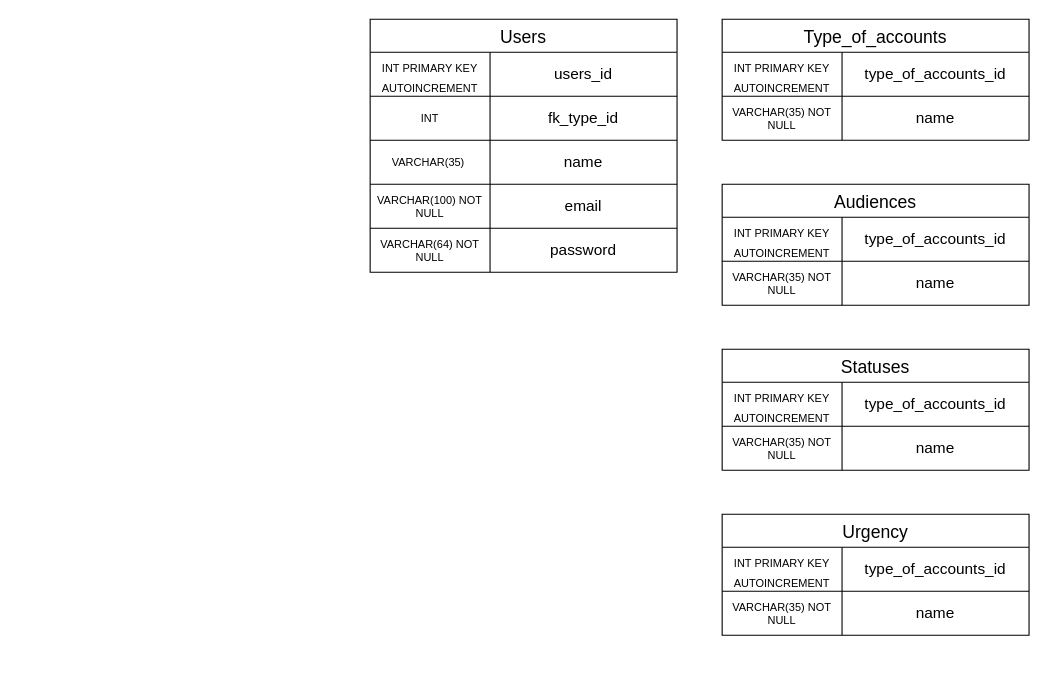
Before: db.drawio in Probe1st/sielom-reporter, a draw.io diagram. Source tidied: cells renumbered, new cells numbered last; positions are measured from the earlier drawing's top-left corner, leaving out a move shared by most shapes. Both pictures are drawn from the tidied source at 110%, with x=0, y=0 at pixel (370, 19).
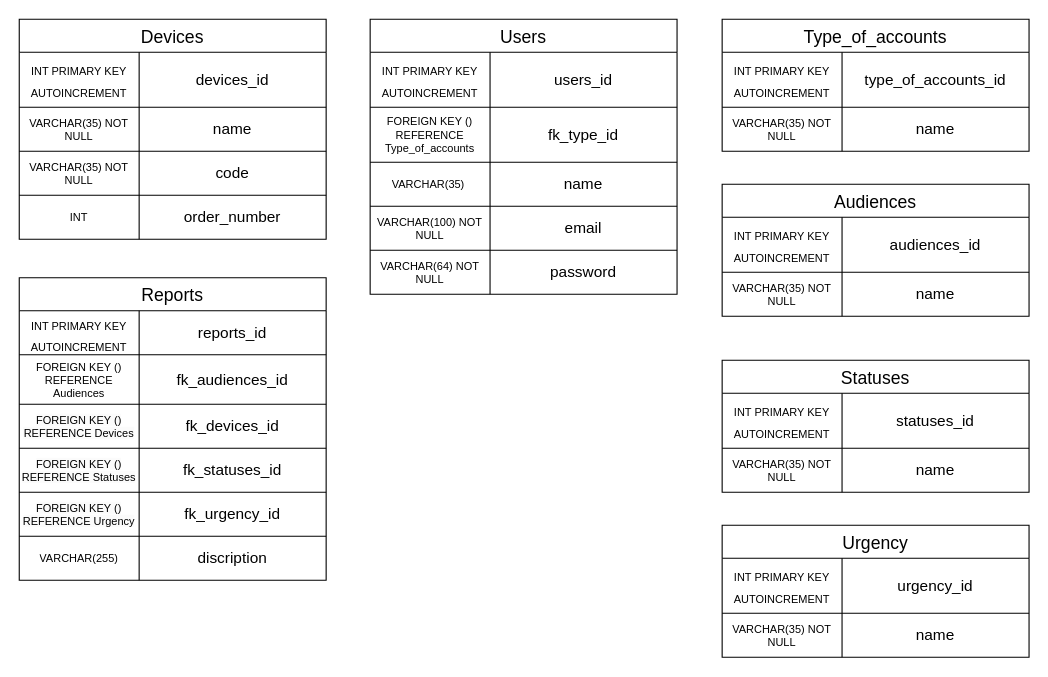
Above is the later version.

What changed in the source:
```diff
@@
     <mxCell id="2" value="Users" style="shape=table;startSize=30;childLayout=tableLayout;strokeColor=default;fontSize=16;" parent="1" vertex="1">
-      <mxGeometry width="279" height="230" as="geometry" />
+      <mxGeometry width="279" height="250" as="geometry" />
     </mxCell>
     <mxCell id="3" style="shape=tableRow;horizontal=0;startSize=0;swimlaneHead=0;swimlaneBody=0;strokeColor=inherit;top=0;left=0;bottom=0;right=0;fillColor=none;fontSize=16;" parent="2" vertex="1">
-      <mxGeometry y="30" width="279" height="40" as="geometry" />
+      <mxGeometry y="30" width="279" height="50" as="geometry" />
     </mxCell>
     <mxCell id="4" value="&lt;font style=&quot;font-size: 10px;&quot;&gt;INT PRIMARY KEY AUTOINCREMENT&lt;/font&gt;" style="shape=partialRectangle;html=1;whiteSpace=wrap;strokeColor=inherit;overflow=hidden;fillColor=none;top=0;left=0;bottom=0;right=0;fontSize=16;verticalAlign=middle;" parent="3" vertex="1">
-      <mxGeometry width="109" height="40" as="geometry" />
+      <mxGeometry width="109" height="50" as="geometry" />
     </mxCell>
     <mxCell id="5" value="&lt;font style=&quot;font-size: 14px;&quot;&gt;users_id&lt;/font&gt;" style="shape=partialRectangle;html=1;whiteSpace=wrap;strokeColor=inherit;overflow=hidden;fillColor=none;top=0;left=0;bottom=0;right=0;fontSize=14;" parent="3" vertex="1">
-      <mxGeometry x="109" width="170" height="40" as="geometry" />
+      <mxGeometry x="109" width="170" height="50" as="geometry" />
     </mxCell>
     <mxCell id="6" style="shape=tableRow;horizontal=0;startSize=0;swimlaneHead=0;swimlaneBody=0;strokeColor=inherit;top=0;left=0;bottom=0;right=0;fillColor=none;fontSize=16;" parent="2" vertex="1">
-      <mxGeometry y="70" width="279" height="40" as="geometry" />
+      <mxGeometry y="80" width="279" height="50" as="geometry" />
     </mxCell>
-    <mxCell id="7" value="INT" style="shape=partialRectangle;html=1;whiteSpace=wrap;strokeColor=inherit;overflow=hidden;fillColor=none;top=0;left=0;bottom=0;right=0;fontSize=10;align=center;verticalAlign=middle;fontFamily=Helvetica;fontColor=default;" parent="6" vertex="1">
-      <mxGeometry width="109" height="40" as="geometry" />
+    <mxCell id="7" value="FOREIGN KEY () REFERENCE Type_of_accounts" style="shape=partialRectangle;html=1;whiteSpace=wrap;strokeColor=inherit;overflow=hidden;fillColor=none;top=0;left=0;bottom=0;right=0;fontSize=10;align=center;verticalAlign=middle;fontFamily=Helvetica;fontColor=default;" parent="6" vertex="1">
+      <mxGeometry width="109" height="50" as="geometry" />
     </mxCell>
     <mxCell id="8" value="fk_type_id" style="shape=partialRectangle;html=1;whiteSpace=wrap;strokeColor=inherit;overflow=hidden;fillColor=none;top=0;left=0;bottom=0;right=0;fontSize=14;" parent="6" vertex="1">
-      <mxGeometry x="109" width="170" height="40" as="geometry" />
+      <mxGeometry x="109" width="170" height="50" as="geometry" />
     </mxCell>
     <mxCell id="9" style="shape=tableRow;horizontal=0;startSize=0;swimlaneHead=0;swimlaneBody=0;strokeColor=inherit;top=0;left=0;bottom=0;right=0;fillColor=none;fontSize=10;" parent="2" vertex="1">
-      <mxGeometry y="110" width="279" height="40" as="geometry" />
+      <mxGeometry y="130" width="279" height="40" as="geometry" />
     </mxCell>
@@
     <mxCell id="12" style="shape=tableRow;horizontal=0;startSize=0;swimlaneHead=0;swimlaneBody=0;strokeColor=inherit;top=0;left=0;bottom=0;right=0;fillColor=none;fontSize=16;" parent="2" vertex="1">
-      <mxGeometry y="150" width="279" height="40" as="geometry" />
+      <mxGeometry y="170" width="279" height="40" as="geometry" />
     </mxCell>
@@
     <mxCell id="15" style="shape=tableRow;horizontal=0;startSize=0;swimlaneHead=0;swimlaneBody=0;strokeColor=inherit;top=0;left=0;bottom=0;right=0;fillColor=none;fontSize=16;" parent="2" vertex="1">
-      <mxGeometry y="190" width="279" height="40" as="geometry" />
+      <mxGeometry y="210" width="279" height="40" as="geometry" />
     </mxCell>
@@
     <mxCell id="18" value="Type_of_accounts" style="shape=table;startSize=30;childLayout=tableLayout;strokeColor=default;fontSize=16;" parent="1" vertex="1">
-      <mxGeometry x="320" width="279" height="110" as="geometry" />
+      <mxGeometry x="320" width="279" height="120" as="geometry" />
     </mxCell>
     <mxCell id="19" style="shape=tableRow;horizontal=0;startSize=0;swimlaneHead=0;swimlaneBody=0;strokeColor=inherit;top=0;left=0;bottom=0;right=0;fillColor=none;fontSize=16;" parent="18" vertex="1">
-      <mxGeometry y="30" width="279" height="40" as="geometry" />
+      <mxGeometry y="30" width="279" height="50" as="geometry" />
     </mxCell>
     <mxCell id="20" value="&lt;font style=&quot;font-size: 10px;&quot;&gt;INT PRIMARY KEY AUTOINCREMENT&lt;/font&gt;" style="shape=partialRectangle;html=1;whiteSpace=wrap;strokeColor=inherit;overflow=hidden;fillColor=none;top=0;left=0;bottom=0;right=0;fontSize=16;verticalAlign=middle;" parent="19" vertex="1">
-      <mxGeometry width="109" height="40" as="geometry" />
+      <mxGeometry width="109" height="50" as="geometry" />
     </mxCell>
     <mxCell id="21" value="&lt;font style=&quot;font-size: 14px;&quot;&gt;type_of_accounts_id&lt;/font&gt;" style="shape=partialRectangle;html=1;whiteSpace=wrap;strokeColor=inherit;overflow=hidden;fillColor=none;top=0;left=0;bottom=0;right=0;fontSize=14;" parent="19" vertex="1">
-      <mxGeometry x="109" width="170" height="40" as="geometry" />
+      <mxGeometry x="109" width="170" height="50" as="geometry" />
     </mxCell>
     <mxCell id="22" style="shape=tableRow;horizontal=0;startSize=0;swimlaneHead=0;swimlaneBody=0;strokeColor=inherit;top=0;left=0;bottom=0;right=0;fillColor=none;fontSize=16;" parent="18" vertex="1">
-      <mxGeometry y="70" width="279" height="40" as="geometry" />
+      <mxGeometry y="80" width="279" height="40" as="geometry" />
     </mxCell>
@@
     <mxCell id="25" value="Audiences" style="shape=table;startSize=30;childLayout=tableLayout;strokeColor=default;fontSize=16;" parent="1" vertex="1">
-      <mxGeometry x="320" y="150" width="279" height="110" as="geometry" />
+      <mxGeometry x="320" y="150" width="279" height="120" as="geometry" />
     </mxCell>
     <mxCell id="26" style="shape=tableRow;horizontal=0;startSize=0;swimlaneHead=0;swimlaneBody=0;strokeColor=inherit;top=0;left=0;bottom=0;right=0;fillColor=none;fontSize=16;" parent="25" vertex="1">
-      <mxGeometry y="30" width="279" height="40" as="geometry" />
+      <mxGeometry y="30" width="279" height="50" as="geometry" />
     </mxCell>
     <mxCell id="27" value="&lt;font style=&quot;font-size: 10px;&quot;&gt;INT PRIMARY KEY AUTOINCREMENT&lt;/font&gt;" style="shape=partialRectangle;html=1;whiteSpace=wrap;strokeColor=inherit;overflow=hidden;fillColor=none;top=0;left=0;bottom=0;right=0;fontSize=16;verticalAlign=middle;" parent="26" vertex="1">
-      <mxGeometry width="109" height="40" as="geometry" />
+      <mxGeometry width="109" height="50" as="geometry" />
     </mxCell>
-    <mxCell id="28" value="&lt;font style=&quot;font-size: 14px;&quot;&gt;type_of_accounts_id&lt;/font&gt;" style="shape=partialRectangle;html=1;whiteSpace=wrap;strokeColor=inherit;overflow=hidden;fillColor=none;top=0;left=0;bottom=0;right=0;fontSize=14;" parent="26" vertex="1">
-      <mxGeometry x="109" width="170" height="40" as="geometry" />
+    <mxCell id="28" value="&lt;font style=&quot;font-size: 14px;&quot;&gt;audiences_id&lt;/font&gt;" style="shape=partialRectangle;html=1;whiteSpace=wrap;strokeColor=inherit;overflow=hidden;fillColor=none;top=0;left=0;bottom=0;right=0;fontSize=14;" parent="26" vertex="1">
+      <mxGeometry x="109" width="170" height="50" as="geometry" />
     </mxCell>
     <mxCell id="29" style="shape=tableRow;horizontal=0;startSize=0;swimlaneHead=0;swimlaneBody=0;strokeColor=inherit;top=0;left=0;bottom=0;right=0;fillColor=none;fontSize=16;" parent="25" vertex="1">
-      <mxGeometry y="70" width="279" height="40" as="geometry" />
+      <mxGeometry y="80" width="279" height="40" as="geometry" />
     </mxCell>
@@
     <mxCell id="32" value="Statuses" style="shape=table;startSize=30;childLayout=tableLayout;strokeColor=default;fontSize=16;" parent="1" vertex="1">
-      <mxGeometry x="320" y="300" width="279" height="110" as="geometry" />
+      <mxGeometry x="320" y="310" width="279" height="120" as="geometry" />
     </mxCell>
     <mxCell id="33" style="shape=tableRow;horizontal=0;startSize=0;swimlaneHead=0;swimlaneBody=0;strokeColor=inherit;top=0;left=0;bottom=0;right=0;fillColor=none;fontSize=16;" parent="32" vertex="1">
-      <mxGeometry y="30" width="279" height="40" as="geometry" />
+      <mxGeometry y="30" width="279" height="50" as="geometry" />
     </mxCell>
     <mxCell id="34" value="&lt;font style=&quot;font-size: 10px;&quot;&gt;INT PRIMARY KEY AUTOINCREMENT&lt;/font&gt;" style="shape=partialRectangle;html=1;whiteSpace=wrap;strokeColor=inherit;overflow=hidden;fillColor=none;top=0;left=0;bottom=0;right=0;fontSize=16;verticalAlign=middle;" parent="33" vertex="1">
-      <mxGeometry width="109" height="40" as="geometry" />
+      <mxGeometry width="109" height="50" as="geometry" />
     </mxCell>
-    <mxCell id="35" value="&lt;font style=&quot;font-size: 14px;&quot;&gt;type_of_accounts_id&lt;/font&gt;" style="shape=partialRectangle;html=1;whiteSpace=wrap;strokeColor=inherit;overflow=hidden;fillColor=none;top=0;left=0;bottom=0;right=0;fontSize=14;" parent="33" vertex="1">
-      <mxGeometry x="109" width="170" height="40" as="geometry" />
+    <mxCell id="35" value="&lt;font style=&quot;font-size: 14px;&quot;&gt;statuses_id&lt;/font&gt;" style="shape=partialRectangle;html=1;whiteSpace=wrap;strokeColor=inherit;overflow=hidden;fillColor=none;top=0;left=0;bottom=0;right=0;fontSize=14;" parent="33" vertex="1">
+      <mxGeometry x="109" width="170" height="50" as="geometry" />
     </mxCell>
     <mxCell id="36" style="shape=tableRow;horizontal=0;startSize=0;swimlaneHead=0;swimlaneBody=0;strokeColor=inherit;top=0;left=0;bottom=0;right=0;fillColor=none;fontSize=16;" parent="32" vertex="1">
-      <mxGeometry y="70" width="279" height="40" as="geometry" />
+      <mxGeometry y="80" width="279" height="40" as="geometry" />
     </mxCell>
@@
     <mxCell id="39" value="Urgency" style="shape=table;startSize=30;childLayout=tableLayout;strokeColor=default;fontSize=16;" parent="1" vertex="1">
-      <mxGeometry x="320" y="450" width="279" height="110" as="geometry" />
+      <mxGeometry x="320" y="460" width="279" height="120" as="geometry" />
     </mxCell>
     <mxCell id="40" style="shape=tableRow;horizontal=0;startSize=0;swimlaneHead=0;swimlaneBody=0;strokeColor=inherit;top=0;left=0;bottom=0;right=0;fillColor=none;fontSize=16;" parent="39" vertex="1">
-      <mxGeometry y="30" width="279" height="40" as="geometry" />
+      <mxGeometry y="30" width="279" height="50" as="geometry" />
     </mxCell>
     <mxCell id="41" value="&lt;font style=&quot;font-size: 10px;&quot;&gt;INT PRIMARY KEY AUTOINCREMENT&lt;/font&gt;" style="shape=partialRectangle;html=1;whiteSpace=wrap;strokeColor=inherit;overflow=hidden;fillColor=none;top=0;left=0;bottom=0;right=0;fontSize=16;verticalAlign=middle;" parent="40" vertex="1">
-      <mxGeometry width="109" height="40" as="geometry" />
+      <mxGeometry width="109" height="50" as="geometry" />
     </mxCell>
-    <mxCell id="42" value="&lt;font style=&quot;font-size: 14px;&quot;&gt;type_of_accounts_id&lt;/font&gt;" style="shape=partialRectangle;html=1;whiteSpace=wrap;strokeColor=inherit;overflow=hidden;fillColor=none;top=0;left=0;bottom=0;right=0;fontSize=14;" parent="40" vertex="1">
-      <mxGeometry x="109" width="170" height="40" as="geometry" />
+    <mxCell id="42" value="&lt;font style=&quot;font-size: 14px;&quot;&gt;urgency_id&lt;/font&gt;" style="shape=partialRectangle;html=1;whiteSpace=wrap;strokeColor=inherit;overflow=hidden;fillColor=none;top=0;left=0;bottom=0;right=0;fontSize=14;" parent="40" vertex="1">
+      <mxGeometry x="109" width="170" height="50" as="geometry" />
     </mxCell>
     <mxCell id="43" style="shape=tableRow;horizontal=0;startSize=0;swimlaneHead=0;swimlaneBody=0;strokeColor=inherit;top=0;left=0;bottom=0;right=0;fillColor=none;fontSize=16;" parent="39" vertex="1">
-      <mxGeometry y="70" width="279" height="40" as="geometry" />
+      <mxGeometry y="80" width="279" height="40" as="geometry" />
     </mxCell>
@@
+    <mxCell id="46" value="Reports" style="shape=table;startSize=30;childLayout=tableLayout;strokeColor=default;fontSize=16;" parent="1" vertex="1">
+      <mxGeometry x="-319" y="235" width="279" height="275" as="geometry" />
+    </mxCell>
+    <mxCell id="47" style="shape=tableRow;horizontal=0;startSize=0;swimlaneHead=0;swimlaneBody=0;strokeColor=inherit;top=0;left=0;bottom=0;right=0;fillColor=none;fontSize=16;" parent="46" vertex="1">
+      <mxGeometry y="30" width="279" height="40" as="geometry" />
+    </mxCell>
+    <mxCell id="48" value="&lt;font style=&quot;font-size: 10px;&quot;&gt;INT PRIMARY KEY AUTOINCREMENT&lt;/font&gt;" style="shape=partialRectangle;html=1;whiteSpace=wrap;strokeColor=inherit;overflow=hidden;fillColor=none;top=0;left=0;bottom=0;right=0;fontSize=16;verticalAlign=middle;" parent="47" vertex="1">
+      <mxGeometry width="109" height="40" as="geometry" />
+    </mxCell>
+    <mxCell id="49" value="&lt;font style=&quot;font-size: 14px;&quot;&gt;reports_id&lt;/font&gt;" style="shape=partialRectangle;html=1;whiteSpace=wrap;strokeColor=inherit;overflow=hidden;fillColor=none;top=0;left=0;bottom=0;right=0;fontSize=14;" parent="47" vertex="1">
+      <mxGeometry x="109" width="170" height="40" as="geometry" />
+    </mxCell>
+    <mxCell id="50" style="shape=tableRow;horizontal=0;startSize=0;swimlaneHead=0;swimlaneBody=0;strokeColor=inherit;top=0;left=0;bottom=0;right=0;fillColor=none;fontSize=16;" parent="46" vertex="1">
+      <mxGeometry y="70" width="279" height="45" as="geometry" />
+    </mxCell>
+    <mxCell id="51" value="FOREIGN KEY () REFERENCE Audiences" style="shape=partialRectangle;html=1;whiteSpace=wrap;strokeColor=inherit;overflow=hidden;fillColor=none;top=0;left=0;bottom=0;right=0;fontSize=10;" parent="50" vertex="1">
+      <mxGeometry width="109" height="45" as="geometry" />
+    </mxCell>
+    <mxCell id="52" value="fk_audiences_id" style="shape=partialRectangle;html=1;whiteSpace=wrap;strokeColor=inherit;overflow=hidden;fillColor=none;top=0;left=0;bottom=0;right=0;fontSize=14;" parent="50" vertex="1">
+      <mxGeometry x="109" width="170" height="45" as="geometry" />
+    </mxCell>
+    <mxCell id="53" style="shape=tableRow;horizontal=0;startSize=0;swimlaneHead=0;swimlaneBody=0;strokeColor=inherit;top=0;left=0;bottom=0;right=0;fillColor=none;fontSize=16;" parent="46" vertex="1">
+      <mxGeometry y="115" width="279" height="40" as="geometry" />
+    </mxCell>
+    <mxCell id="54" value="&lt;span style=&quot;color: rgb(0, 0, 0); font-family: Helvetica; font-size: 10px; font-style: normal; font-variant-ligatures: normal; font-variant-caps: normal; font-weight: 400; letter-spacing: normal; orphans: 2; text-align: center; text-indent: 0px; text-transform: none; widows: 2; word-spacing: 0px; -webkit-text-stroke-width: 0px; white-space: normal; background-color: rgb(251, 251, 251); text-decoration-thickness: initial; text-decoration-style: initial; text-decoration-color: initial; display: inline !important; float: none;&quot;&gt;FOREIGN KEY () REFERENCE Devices&lt;/span&gt;" style="shape=partialRectangle;html=1;whiteSpace=wrap;strokeColor=inherit;overflow=hidden;fillColor=none;top=0;left=0;bottom=0;right=0;fontSize=10;" parent="53" vertex="1">
+      <mxGeometry width="109" height="40" as="geometry" />
+    </mxCell>
+    <mxCell id="55" value="fk_devices_id" style="shape=partialRectangle;html=1;whiteSpace=wrap;strokeColor=inherit;overflow=hidden;fillColor=none;top=0;left=0;bottom=0;right=0;fontSize=14;" parent="53" vertex="1">
+      <mxGeometry x="109" width="170" height="40" as="geometry" />
+    </mxCell>
+    <mxCell id="56" style="shape=tableRow;horizontal=0;startSize=0;swimlaneHead=0;swimlaneBody=0;strokeColor=inherit;top=0;left=0;bottom=0;right=0;fillColor=none;fontSize=16;" parent="46" vertex="1">
+      <mxGeometry y="155" width="279" height="40" as="geometry" />
+    </mxCell>
+    <mxCell id="57" value="&lt;span style=&quot;color: rgb(0, 0, 0); font-family: Helvetica; font-size: 10px; font-style: normal; font-variant-ligatures: normal; font-variant-caps: normal; font-weight: 400; letter-spacing: normal; orphans: 2; text-align: center; text-indent: 0px; text-transform: none; widows: 2; word-spacing: 0px; -webkit-text-stroke-width: 0px; white-space: normal; background-color: rgb(251, 251, 251); text-decoration-thickness: initial; text-decoration-style: initial; text-decoration-color: initial; display: inline !important; float: none;&quot;&gt;FOREIGN KEY () REFERENCE Statuses&lt;/span&gt;" style="shape=partialRectangle;html=1;whiteSpace=wrap;strokeColor=inherit;overflow=hidden;fillColor=none;top=0;left=0;bottom=0;right=0;fontSize=10;" parent="56" vertex="1">
+      <mxGeometry width="109" height="40" as="geometry" />
+    </mxCell>
+    <mxCell id="58" value="fk_statuses_id" style="shape=partialRectangle;html=1;whiteSpace=wrap;strokeColor=inherit;overflow=hidden;fillColor=none;top=0;left=0;bottom=0;right=0;fontSize=14;" parent="56" vertex="1">
+      <mxGeometry x="109" width="170" height="40" as="geometry" />
+    </mxCell>
+    <mxCell id="59" style="shape=tableRow;horizontal=0;startSize=0;swimlaneHead=0;swimlaneBody=0;strokeColor=inherit;top=0;left=0;bottom=0;right=0;fillColor=none;fontSize=16;" parent="46" vertex="1">
+      <mxGeometry y="195" width="279" height="40" as="geometry" />
+    </mxCell>
+    <mxCell id="60" value="&lt;span style=&quot;color: rgb(0, 0, 0); font-family: Helvetica; font-size: 10px; font-style: normal; font-variant-ligatures: normal; font-variant-caps: normal; font-weight: 400; letter-spacing: normal; orphans: 2; text-align: center; text-indent: 0px; text-transform: none; widows: 2; word-spacing: 0px; -webkit-text-stroke-width: 0px; white-space: normal; background-color: rgb(251, 251, 251); text-decoration-thickness: initial; text-decoration-style: initial; text-decoration-color: initial; display: inline !important; float: none;&quot;&gt;FOREIGN KEY () REFERENCE Urgency&lt;/span&gt;" style="shape=partialRectangle;html=1;whiteSpace=wrap;strokeColor=inherit;overflow=hidden;fillColor=none;top=0;left=0;bottom=0;right=0;fontSize=10;" parent="59" vertex="1">
+      <mxGeometry width="109" height="40" as="geometry" />
+    </mxCell>
+    <mxCell id="61" value="fk_urgency_id" style="shape=partialRectangle;html=1;whiteSpace=wrap;strokeColor=inherit;overflow=hidden;fillColor=none;top=0;left=0;bottom=0;right=0;fontSize=14;" parent="59" vertex="1">
+      <mxGeometry x="109" width="170" height="40" as="geometry" />
+    </mxCell>
+    <mxCell id="62" style="shape=tableRow;horizontal=0;startSize=0;swimlaneHead=0;swimlaneBody=0;strokeColor=inherit;top=0;left=0;bottom=0;right=0;fillColor=none;fontSize=16;" parent="46" vertex="1">
+      <mxGeometry y="235" width="279" height="40" as="geometry" />
+    </mxCell>
+    <mxCell id="63" value="VARCHAR(255)" style="shape=partialRectangle;html=1;whiteSpace=wrap;strokeColor=inherit;overflow=hidden;fillColor=none;top=0;left=0;bottom=0;right=0;fontSize=10;" parent="62" vertex="1">
+      <mxGeometry width="109" height="40" as="geometry" />
+    </mxCell>
+    <mxCell id="64" value="discription" style="shape=partialRectangle;html=1;whiteSpace=wrap;strokeColor=inherit;overflow=hidden;fillColor=none;top=0;left=0;bottom=0;right=0;fontSize=14;" parent="62" vertex="1">
+      <mxGeometry x="109" width="170" height="40" as="geometry" />
+    </mxCell>
+    <mxCell id="65" value="Devices" style="shape=table;startSize=30;childLayout=tableLayout;strokeColor=default;fontSize=16;" parent="1" vertex="1">
+      <mxGeometry x="-319" width="279" height="200" as="geometry" />
+    </mxCell>
+    <mxCell id="66" style="shape=tableRow;horizontal=0;startSize=0;swimlaneHead=0;swimlaneBody=0;strokeColor=inherit;top=0;left=0;bottom=0;right=0;fillColor=none;fontSize=16;" parent="65" vertex="1">
+      <mxGeometry y="30" width="279" height="50" as="geometry" />
+    </mxCell>
+    <mxCell id="67" value="&lt;font style=&quot;font-size: 10px;&quot;&gt;INT PRIMARY KEY AUTOINCREMENT&lt;/font&gt;" style="shape=partialRectangle;html=1;whiteSpace=wrap;strokeColor=inherit;overflow=hidden;fillColor=none;top=0;left=0;bottom=0;right=0;fontSize=16;verticalAlign=middle;" parent="66" vertex="1">
+      <mxGeometry width="109" height="50" as="geometry" />
+    </mxCell>
+    <mxCell id="68" value="&lt;font style=&quot;font-size: 14px;&quot;&gt;devices_id&lt;/font&gt;" style="shape=partialRectangle;html=1;whiteSpace=wrap;strokeColor=inherit;overflow=hidden;fillColor=none;top=0;left=0;bottom=0;right=0;fontSize=14;" parent="66" vertex="1">
+      <mxGeometry x="109" width="170" height="50" as="geometry" />
+    </mxCell>
+    <mxCell id="69" style="shape=tableRow;horizontal=0;startSize=0;swimlaneHead=0;swimlaneBody=0;strokeColor=inherit;top=0;left=0;bottom=0;right=0;fillColor=none;fontSize=16;" parent="65" vertex="1">
+      <mxGeometry y="80" width="279" height="40" as="geometry" />
+    </mxCell>
+    <mxCell id="70" value="VARCHAR(35) NOT NULL" style="shape=partialRectangle;html=1;whiteSpace=wrap;strokeColor=inherit;overflow=hidden;fillColor=none;top=0;left=0;bottom=0;right=0;fontSize=10;" parent="69" vertex="1">
+      <mxGeometry width="109" height="40" as="geometry" />
+    </mxCell>
+    <mxCell id="71" value="name" style="shape=partialRectangle;html=1;whiteSpace=wrap;strokeColor=inherit;overflow=hidden;fillColor=none;top=0;left=0;bottom=0;right=0;fontSize=14;" parent="69" vertex="1">
+      <mxGeometry x="109" width="170" height="40" as="geometry" />
+    </mxCell>
+    <mxCell id="72" style="shape=tableRow;horizontal=0;startSize=0;swimlaneHead=0;swimlaneBody=0;strokeColor=inherit;top=0;left=0;bottom=0;right=0;fillColor=none;fontSize=16;" parent="65" vertex="1">
+      <mxGeometry y="120" width="279" height="40" as="geometry" />
+    </mxCell>
+    <mxCell id="73" value="VARCHAR(35) NOT NULL" style="shape=partialRectangle;html=1;whiteSpace=wrap;strokeColor=inherit;overflow=hidden;fillColor=none;top=0;left=0;bottom=0;right=0;fontSize=10;" parent="72" vertex="1">
+      <mxGeometry width="109" height="40" as="geometry" />
+    </mxCell>
+    <mxCell id="74" value="code" style="shape=partialRectangle;html=1;whiteSpace=wrap;strokeColor=inherit;overflow=hidden;fillColor=none;top=0;left=0;bottom=0;right=0;fontSize=14;" parent="72" vertex="1">
+      <mxGeometry x="109" width="170" height="40" as="geometry" />
+    </mxCell>
+    <mxCell id="75" style="shape=tableRow;horizontal=0;startSize=0;swimlaneHead=0;swimlaneBody=0;strokeColor=inherit;top=0;left=0;bottom=0;right=0;fillColor=none;fontSize=16;" parent="65" vertex="1">
+      <mxGeometry y="160" width="279" height="40" as="geometry" />
+    </mxCell>
+    <mxCell id="76" value="INT" style="shape=partialRectangle;html=1;whiteSpace=wrap;strokeColor=inherit;overflow=hidden;fillColor=none;top=0;left=0;bottom=0;right=0;fontSize=10;" parent="75" vertex="1">
+      <mxGeometry width="109" height="40" as="geometry" />
+    </mxCell>
+    <mxCell id="77" value="order_number" style="shape=partialRectangle;html=1;whiteSpace=wrap;strokeColor=inherit;overflow=hidden;fillColor=none;top=0;left=0;bottom=0;right=0;fontSize=14;" parent="75" vertex="1">
+      <mxGeometry x="109" width="170" height="40" as="geometry" />
+    </mxCell>
```
